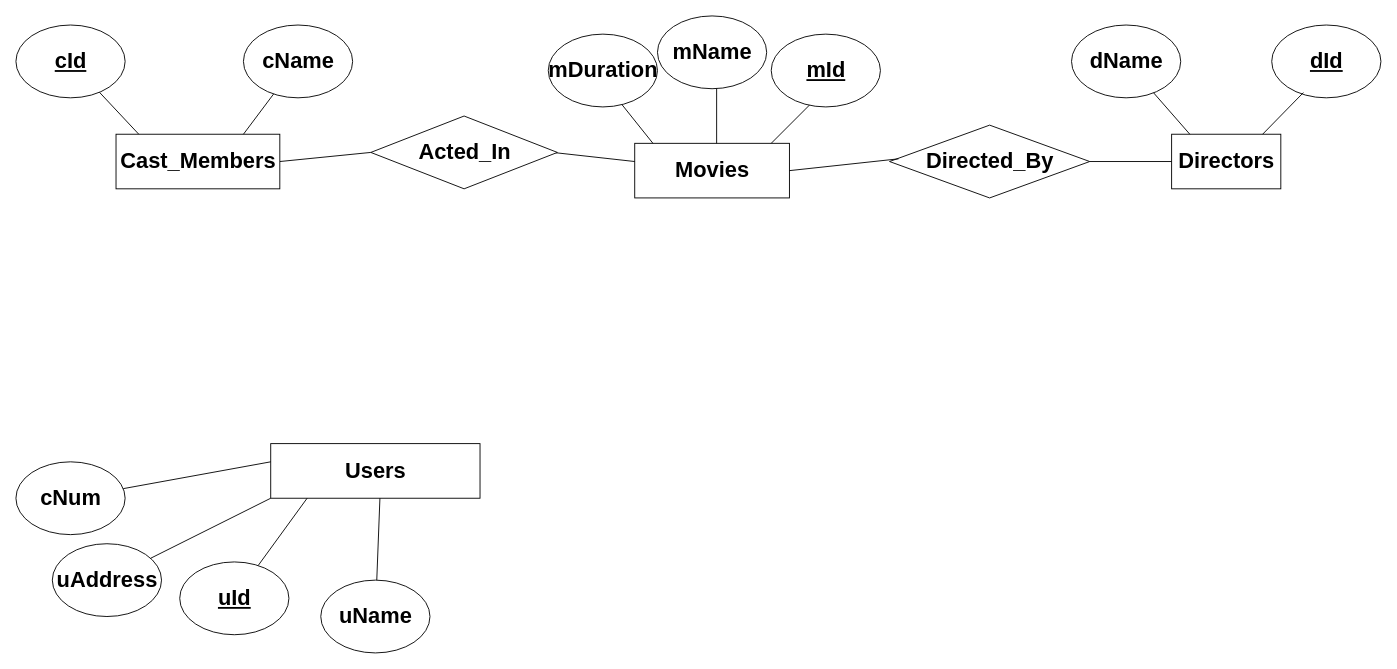
Earlier version of the draw.io diagram Untitled Diagram.drawio (swausbeard/SumaLumaDumaLama). Source tidied: cells renumbered, new cells numbered last; positions are measured from the earlier drawing's top-left corner, leaving out a move shared by most shapes. Both pictures are drawn from the tidied source at 91%, with x=0, y=0 at pixel (15, 15).
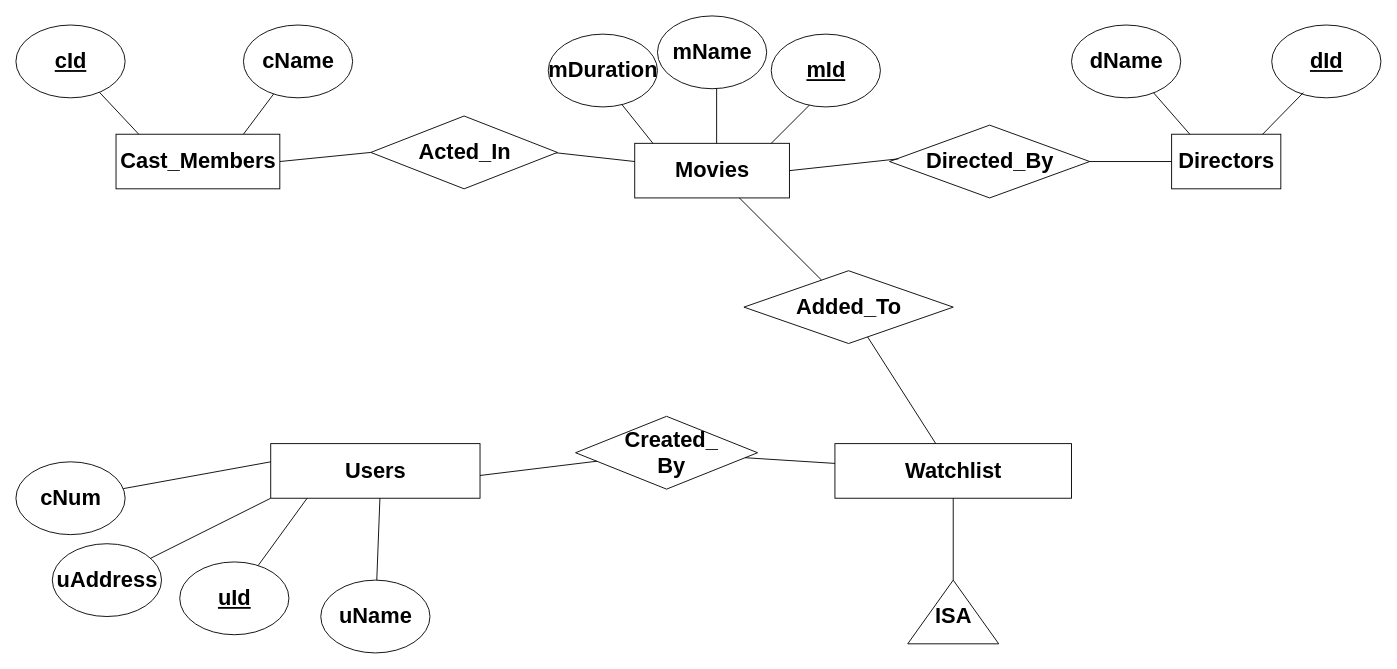
The same page after the edit.

Unchanged cells that the change refers to:
```xml
<mxCell id="2" style="rounded=0;whiteSpace=wrap;html=1;" parent="1" vertex="1">
  <mxGeometry x="680" y="140" width="170" height="60" as="geometry" />
</mxCell>
```

The edit, as a diff of the source:
```diff
@@
+    <mxCell id="51" style="rounded=0;whiteSpace=wrap;html=1;" parent="1" vertex="1">
+      <mxGeometry x="900" y="470" width="260" height="60" as="geometry" />
+    </mxCell>
+    <mxCell id="52" value="Watchlist" style="text;strokeColor=none;fillColor=none;html=1;fontSize=24;fontStyle=1;verticalAlign=middle;align=center;" parent="1" vertex="1">
+      <mxGeometry x="980" y="480" width="100" height="40" as="geometry" />
+    </mxCell>
+    <mxCell id="53" style="rhombus;whiteSpace=wrap;html=1;" parent="1" vertex="1">
+      <mxGeometry x="615" y="440" width="200" height="80" as="geometry" />
+    </mxCell>
+    <mxCell id="54" value="Created_&lt;div&gt;By&lt;/div&gt;" style="text;strokeColor=none;fillColor=none;html=1;fontSize=24;fontStyle=1;verticalAlign=middle;align=center;" parent="1" vertex="1">
+      <mxGeometry x="670" y="460" width="100" height="40" as="geometry" />
+    </mxCell>
+    <mxCell id="55" style="endArrow=none;html=1;rounded=0;" parent="1" edge="1" target="53">
+      <mxGeometry relative="1" as="geometry">
+        <mxPoint x="510" y="505" as="sourcePoint" />
+      </mxGeometry>
+    </mxCell>
+    <mxCell id="56" style="endArrow=none;html=1;rounded=0;" parent="1" edge="1" source="53" target="51">
+      <mxGeometry relative="1" as="geometry" />
+    </mxCell>
+    <mxCell id="57" style="rhombus;whiteSpace=wrap;html=1;" parent="1" vertex="1">
+      <mxGeometry x="800" y="280" width="230" height="80" as="geometry" />
+    </mxCell>
+    <mxCell id="58" value="Added_To" style="text;strokeColor=none;fillColor=none;html=1;fontSize=24;fontStyle=1;verticalAlign=middle;align=center;" parent="1" vertex="1">
+      <mxGeometry x="865" y="300" width="100" height="40" as="geometry" />
+    </mxCell>
+    <mxCell id="59" style="endArrow=none;html=1;rounded=0;" parent="1" edge="1" source="57" target="2">
+      <mxGeometry relative="1" as="geometry" />
+    </mxCell>
+    <mxCell id="60" style="endArrow=none;html=1;rounded=0;" parent="1" edge="1" source="51" target="57">
+      <mxGeometry relative="1" as="geometry" />
+    </mxCell>
+    <mxCell id="61" style="verticalLabelPosition=bottom;verticalAlign=top;html=1;shape=mxgraph.basic.acute_triangle;dx=0.5;" parent="1" vertex="1">
+      <mxGeometry x="980" y="620" width="100" height="70" as="geometry" />
+    </mxCell>
+    <mxCell id="62" value="ISA" style="text;strokeColor=none;fillColor=none;html=1;fontSize=24;fontStyle=1;verticalAlign=middle;align=center;" parent="1" vertex="1">
+      <mxGeometry x="980" y="640" width="100" height="40" as="geometry" />
+    </mxCell>
+    <mxCell id="63" style="endArrow=none;html=1;rounded=0;exitX=0;exitY=0;exitDx=50;exitDy=0;exitPerimeter=0;" parent="1" edge="1" source="61" target="51">
+      <mxGeometry relative="1" as="geometry" />
+    </mxCell>
```
